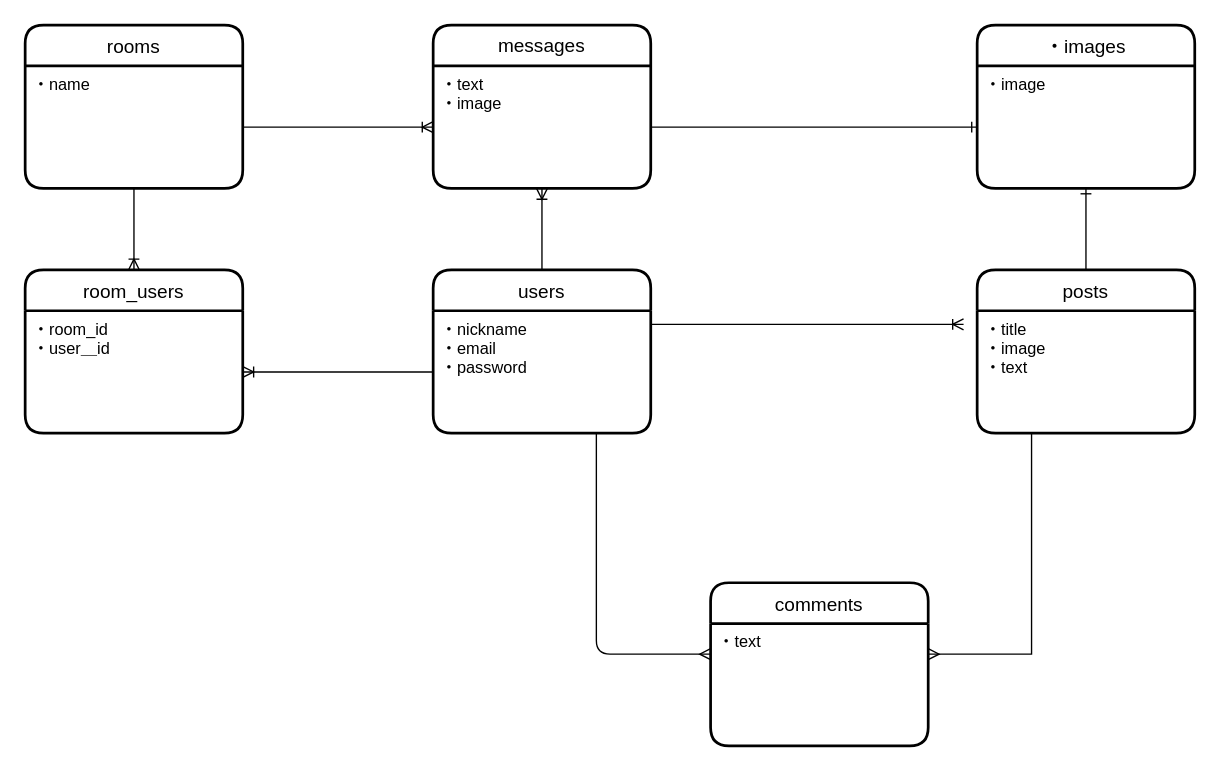
eijimatsuoka/comrade keeps this draw.io diagram as comrade.dio. Above is the earlier version. Source tidied: cells renumbered, new cells numbered last; positions are measured from the earlier drawing's top-left corner, leaving out a move shared by most shapes. Both pictures are drawn from the tidied source at 136%, with x=0, y=0 at pixel (24, 24).
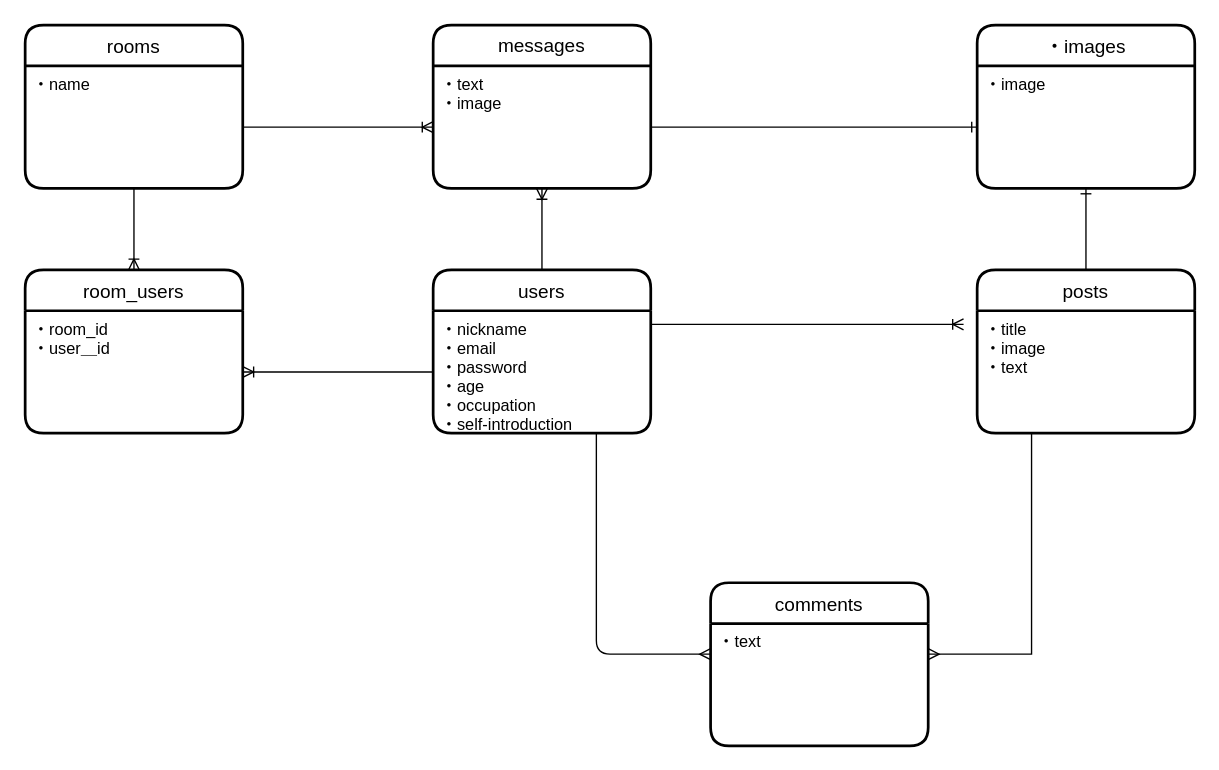
The same page after the edit.

The change refers to these unchanged cells:
```xml
<mxCell id="3" value="users" style="swimlane;horizontal=1;startSize=30;rounded=1;fontSize=14;fontStyle=0;strokeWidth=2;shadow=0;dashed=0;align=center;" parent="1" vertex="1">
  <mxGeometry x="300" y="180" width="160" height="120" as="geometry" />
</mxCell>
```

Change to the diagram source:
```diff
@@
-    <mxCell id="4" value="・nickname&#10;・email&#10;・password&#10;" style="align=left;strokeColor=none;fillColor=none;spacingLeft=4;fontSize=12;verticalAlign=top;" parent="3" vertex="1">
+    <mxCell id="4" value="・nickname&#10;・email&#10;・password&#10;・age&#10;・occupation&#10;・self-introduction" style="align=left;strokeColor=none;fillColor=none;spacingLeft=4;fontSize=12;verticalAlign=top;" parent="3" vertex="1">
       <mxGeometry y="30" width="160" height="90" as="geometry" />
     </mxCell>
```
